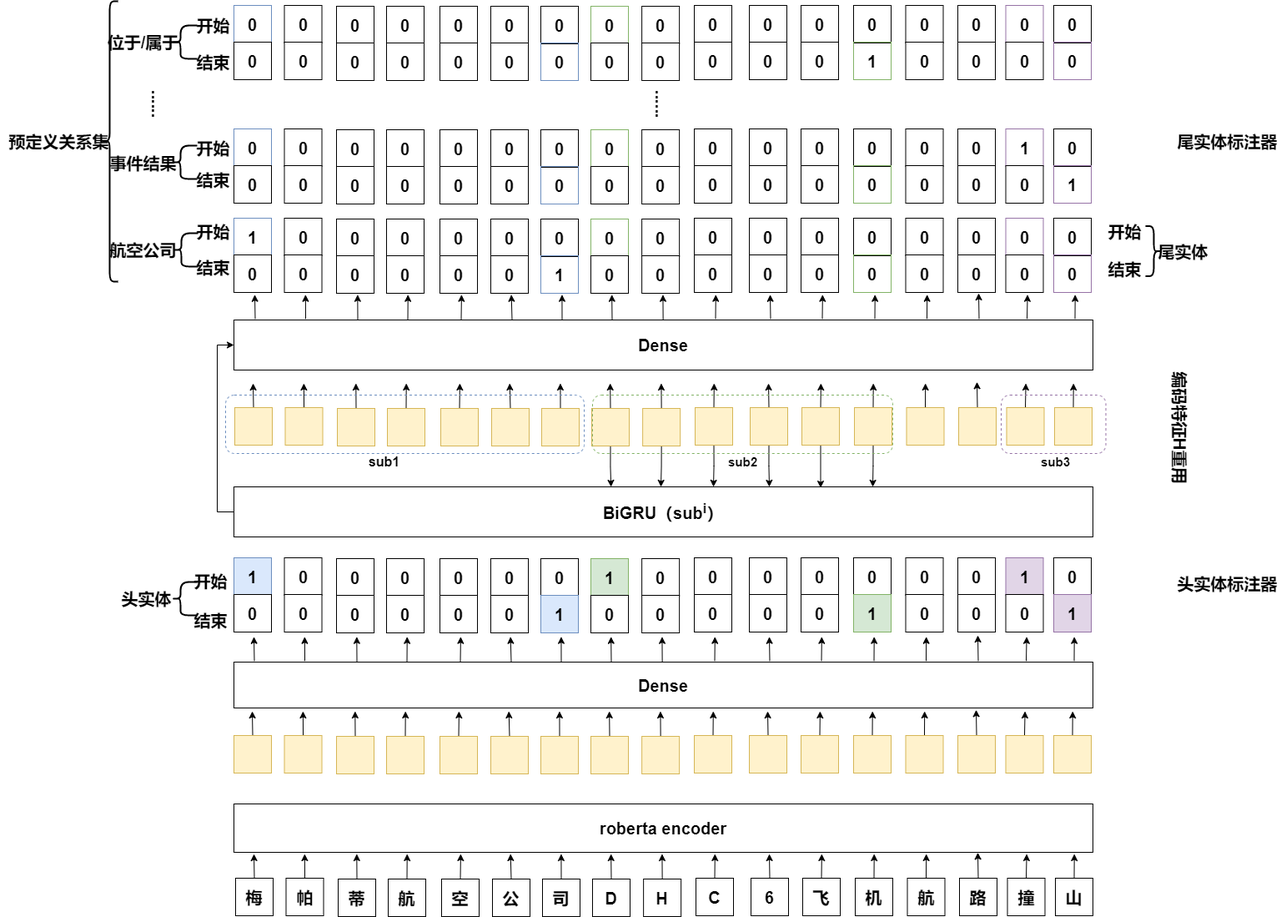
This is 分层序列标注流程图.png from bigbigkid/begin_one, a draw.io export, as it was before one commit. Source tidied: cells renumbered, new cells last; positions are measured from the earlier drawing's top-left corner, leaving out a move shared by most shapes.
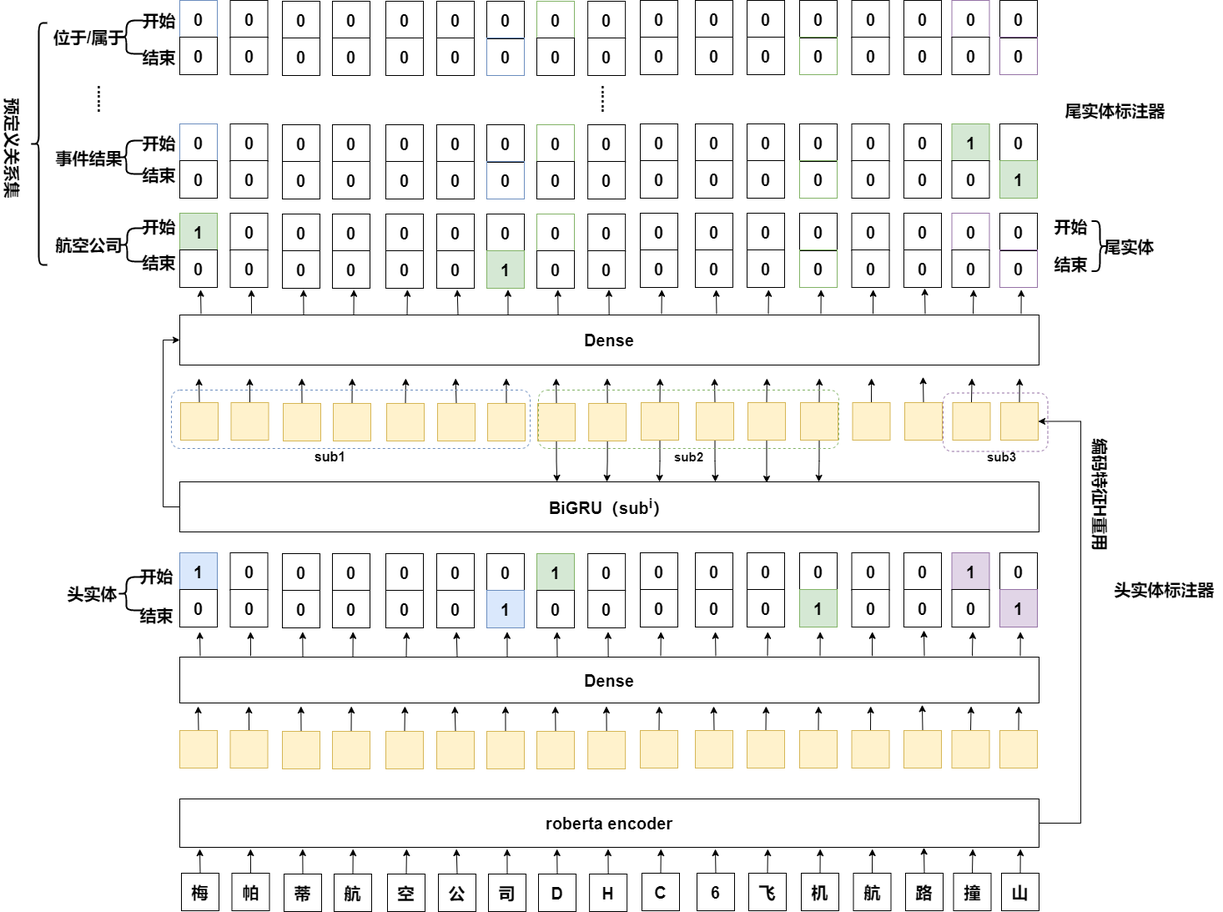
The same diagram one commit later.

Commit message:
Update 分层序列标注流程图.png

What changed in the source:
```diff
@@ -2,6 +2,14 @@
   <root>
     <mxCell id="0" />
     <mxCell id="1" parent="0" />
+    <mxCell id="319" style="edgeStyle=orthogonalEdgeStyle;rounded=0;jettySize=auto;html=1;exitX=1;exitY=0.5;exitDx=0;exitDy=0;entryX=1;entryY=0.5;entryDx=0;entryDy=0;" parent="1" edge="1" source="2" target="156">
+      <mxGeometry relative="1" as="geometry">
+        <Array as="points">
+          <mxPoint x="1360" y="991" />
+          <mxPoint x="1360" y="509" />
+        </Array>
+      </mxGeometry>
+    </mxCell>
     <mxCell id="2" value="&lt;font style=&quot;font-size: 20px&quot;&gt;roberta encoder&lt;/font&gt;" style="rounded=0;whiteSpace=wrap;html=1;fontSize=20;fontStyle=1;" parent="1" vertex="1">
       <mxGeometry x="280" y="962" width="1030" height="58" as="geometry" />
     </mxCell>
@@ -74,10 +82,10 @@
       <mxGeometry x="121" y="34" width="100" height="30" as="geometry" />
     </mxCell>
     <mxCell id="24" style="shape=curlyBracket;whiteSpace=wrap;html=1;rounded=1;shadow=0;glass=0;sketch=0;strokeWidth=2;fillColor=none;gradientColor=#ffffff;fontSize=20;fontStyle=1;" parent="1" vertex="1">
-      <mxGeometry x="121" width="20" height="336" as="geometry" />
+      <mxGeometry x="101" y="32" width="20" height="290" as="geometry" />
     </mxCell>
-    <mxCell id="25" value="预定义关系集" style="text;html=1;align=center;verticalAlign=middle;fontSize=20;fontStyle=1;" parent="1" vertex="1">
-      <mxGeometry y="152.5" width="140" height="30" as="geometry" />
+    <mxCell id="25" value="预定义关系集" style="text;html=1;align=center;verticalAlign=middle;fontSize=20;fontStyle=1;rotation=90;" parent="1" vertex="1">
+      <mxGeometry x="10" y="167" width="140" height="30" as="geometry" />
     </mxCell>
     <mxCell id="26" style="shape=curlyBracket;whiteSpace=wrap;html=1;rounded=1;shadow=0;glass=0;sketch=0;strokeWidth=2;fillColor=none;gradientColor=#ffffff;direction=west;size=0.5;fontSize=20;fontStyle=1;" parent="1" vertex="1">
       <mxGeometry x="1373" y="269.5" width="20" height="60" as="geometry" />
@@ -92,16 +100,16 @@
       <mxGeometry x="1378" y="284.5" width="80" height="30" as="geometry" />
     </mxCell>
     <mxCell id="30" value="&lt;span style=&quot;font-size: 20px;&quot;&gt;&lt;font style=&quot;font-size: 20px;&quot;&gt;头实体标注器&lt;/font&gt;&lt;/span&gt;" style="text;html=1;align=center;verticalAlign=middle;fontSize=20;fontStyle=1;" parent="1" vertex="1">
-      <mxGeometry x="1401" y="683" width="140" height="30" as="geometry" />
+      <mxGeometry x="1390" y="696" width="140" height="30" as="geometry" />
     </mxCell>
     <mxCell id="31" value="&lt;span style=&quot;font-size: 20px;&quot;&gt;&lt;font style=&quot;font-size: 20px;&quot;&gt;尾实体标注器&lt;/font&gt;&lt;/span&gt;" style="text;html=1;align=center;verticalAlign=middle;fontSize=20;fontStyle=1;" parent="1" vertex="1">
-      <mxGeometry x="1401" y="152.5" width="140" height="30" as="geometry" />
+      <mxGeometry x="1331" y="122" width="140" height="30" as="geometry" />
     </mxCell>
     <mxCell id="32" value="&lt;font style=&quot;font-size: 20px&quot;&gt;Dense&lt;/font&gt;" style="rounded=0;whiteSpace=wrap;html=1;fontSize=20;fontStyle=1;" parent="1" vertex="1">
       <mxGeometry x="280" y="792" width="1030" height="55" as="geometry" />
     </mxCell>
     <mxCell id="33" value="编码特征H重用" style="text;html=1;align=center;verticalAlign=middle;fontSize=20;fontStyle=1;rotation=90;" parent="1" vertex="1">
-      <mxGeometry x="1340" y="496" width="150" height="30" as="geometry" />
+      <mxGeometry x="1309" y="582" width="150" height="30" as="geometry" />
     </mxCell>
     <mxCell id="34" style="edgeStyle=orthogonalEdgeStyle;rounded=0;jettySize=auto;html=1;exitX=0;exitY=0.5;exitDx=0;exitDy=0;entryX=0;entryY=0.5;entryDx=0;entryDy=0;" parent="1" edge="1" source="35" target="9">
       <mxGeometry relative="1" as="geometry" />
@@ -738,7 +746,7 @@
     <mxCell id="197" value="0" style="whiteSpace=wrap;html=1;fontSize=20;fontStyle=1;" parent="1" vertex="1">
       <mxGeometry x="769.1" y="261" width="45" height="45" as="geometry" />
     </mxCell>
-    <mxCell id="198" value="1" style="whiteSpace=wrap;html=1;fontSize=20;fontStyle=1;strokeColor=#6c8ebf;fillColor=none;" parent="1" vertex="1">
+    <mxCell id="198" value="1" style="whiteSpace=wrap;html=1;fontSize=20;fontStyle=1;strokeColor=#82b366;fillColor=#d5e8d4;" parent="1" vertex="1">
       <mxGeometry x="280" y="260" width="45" height="45" as="geometry" />
     </mxCell>
     <mxCell id="199" value="0" style="whiteSpace=wrap;html=1;fontSize=20;fontStyle=1;" parent="1" vertex="1">
@@ -780,7 +788,7 @@
     <mxCell id="211" value="0" style="whiteSpace=wrap;html=1;fontSize=20;fontStyle=1;strokeColor=#9673a6;fillColor=none;" parent="1" vertex="1">
       <mxGeometry x="1263" y="304" width="45" height="45" as="geometry" />
     </mxCell>
-    <mxCell id="212" value="1" style="whiteSpace=wrap;html=1;fontSize=20;fontStyle=1;strokeColor=#6c8ebf;fillColor=none;" parent="1" vertex="1">
+    <mxCell id="212" value="1" style="whiteSpace=wrap;html=1;fontSize=20;fontStyle=1;strokeColor=#82b366;fillColor=#d5e8d4;" parent="1" vertex="1">
       <mxGeometry x="648" y="305" width="45" height="45" as="geometry" />
     </mxCell>
     <mxCell id="213" value="0" style="whiteSpace=wrap;html=1;fontSize=20;fontStyle=1;" parent="1" vertex="1">
@@ -825,7 +833,7 @@
     <mxCell id="226" value="0" style="whiteSpace=wrap;html=1;fontSize=20;fontStyle=1;" parent="1" vertex="1">
       <mxGeometry x="1148" y="304" width="45" height="45" as="geometry" />
     </mxCell>
-    <mxCell id="227" value="1" style="whiteSpace=wrap;html=1;fontSize=20;fontStyle=1;strokeColor=#9673a6;fillColor=none;" parent="1" vertex="1">
+    <mxCell id="227" value="1" style="whiteSpace=wrap;html=1;fontSize=20;fontStyle=1;strokeColor=#82b366;fillColor=#d5e8d4;" parent="1" vertex="1">
       <mxGeometry x="1205.5" y="153" width="45" height="45" as="geometry" />
     </mxCell>
     <mxCell id="228" value="0" style="whiteSpace=wrap;html=1;fontSize=20;fontStyle=1;" parent="1" vertex="1">
@@ -879,7 +887,7 @@
     <mxCell id="244" value="0" style="whiteSpace=wrap;html=1;fontSize=20;fontStyle=1;" parent="1" vertex="1">
       <mxGeometry x="1205.5" y="197" width="45" height="45" as="geometry" />
     </mxCell>
-    <mxCell id="245" value="1" style="whiteSpace=wrap;html=1;fontSize=20;fontStyle=1;strokeColor=#9673a6;fillColor=none;" parent="1" vertex="1">
+    <mxCell id="245" value="1" style="whiteSpace=wrap;html=1;fontSize=20;fontStyle=1;strokeColor=#82b366;fillColor=#d5e8d4;" parent="1" vertex="1">
       <mxGeometry x="1263" y="197" width="45" height="45" as="geometry" />
     </mxCell>
     <mxCell id="246" value="0" style="whiteSpace=wrap;html=1;fontSize=20;fontStyle=1;strokeColor=#6c8ebf;fillColor=none;" parent="1" vertex="1">
@@ -1020,7 +1028,7 @@
     <mxCell id="291" value="0" style="whiteSpace=wrap;html=1;fontSize=20;fontStyle=1;" parent="1" vertex="1">
       <mxGeometry x="960" y="49" width="45" height="45" as="geometry" />
     </mxCell>
-    <mxCell id="292" value="1" style="whiteSpace=wrap;html=1;fontSize=20;fontStyle=1;strokeColor=#82b366;fillColor=none;" parent="1" vertex="1">
+    <mxCell id="292" value="0" style="whiteSpace=wrap;html=1;fontSize=20;fontStyle=1;strokeColor=#82b366;fillColor=none;" parent="1" vertex="1">
       <mxGeometry x="1023" y="49" width="45" height="45" as="geometry" />
     </mxCell>
     <mxCell id="293" value="0" style="whiteSpace=wrap;html=1;fontSize=20;fontStyle=1;" parent="1" vertex="1">
@@ -1042,7 +1050,7 @@
       <mxGeometry x="865" y="542" width="50" height="20" as="geometry" />
     </mxCell>
     <mxCell id="299" style="rounded=1;whiteSpace=wrap;html=1;dashed=1;strokeColor=#9673a6;fillColor=none;" parent="1" vertex="1">
-      <mxGeometry x="1200" y="472" width="125.5" height="70" as="geometry" />
+      <mxGeometry x="1195" y="475.5" width="125.5" height="70" as="geometry" />
     </mxCell>
     <mxCell id="300" value="&lt;b&gt;&lt;font style=&quot;font-size: 15px&quot;&gt;sub3&lt;/font&gt;&lt;/b&gt;" style="text;html=1;align=center;verticalAlign=middle;" parent="1" vertex="1">
       <mxGeometry x="1240" y="542" width="50" height="20" as="geometry" />
```
